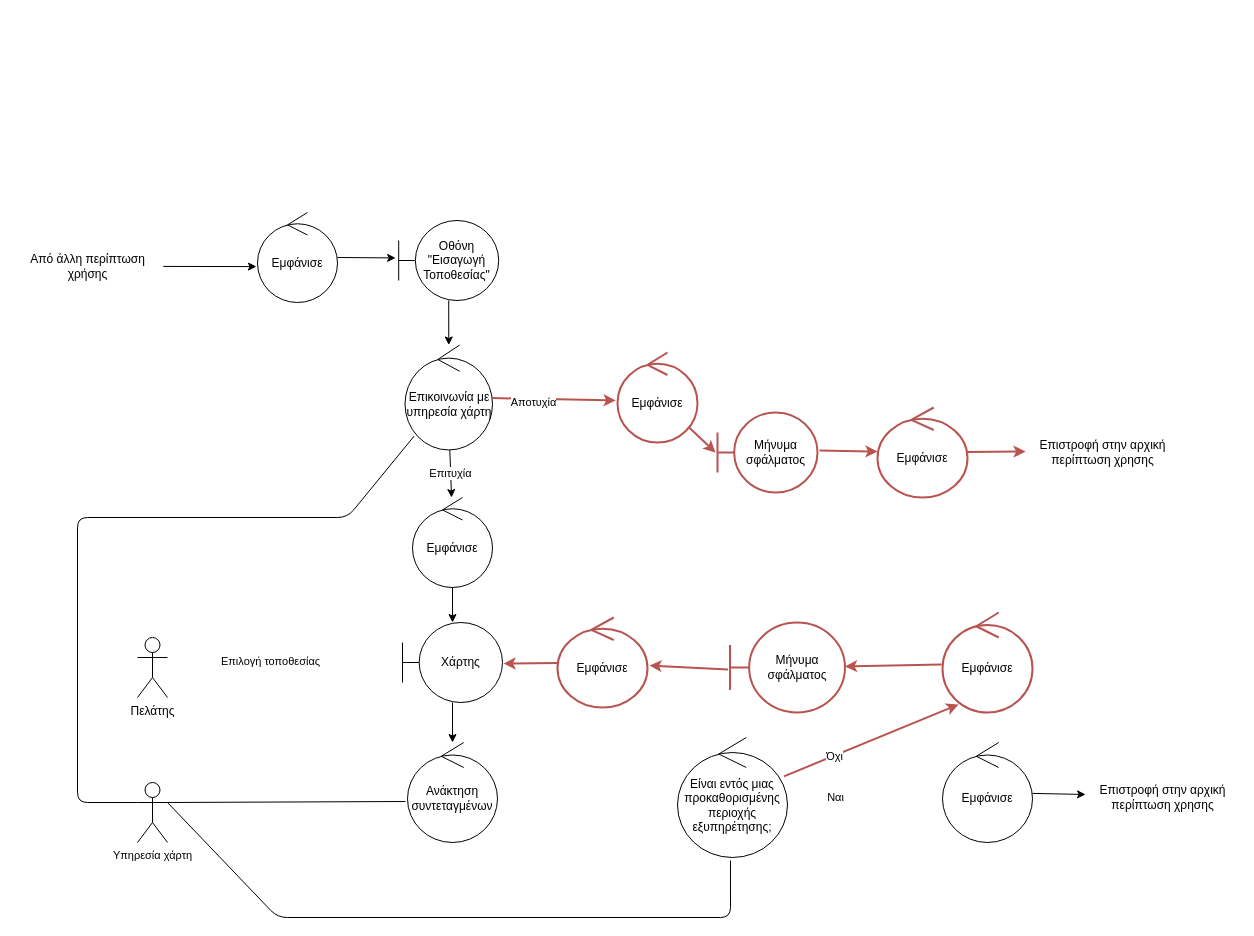
This is Part_2/Robustness/diagrams/12_Εισαγωγή_Τοποθεσίας.drawio from Nikolis2002/texnoligia_logismikou, a draw.io file, before an edit. Source tidied: cells renumbered, new cells numbered last; positions are measured from the earlier drawing's top-left corner, leaving out a move shared by most shapes. Both pictures are drawn from the tidied source at 100%, with x=0, y=0 at pixel (17, 212).
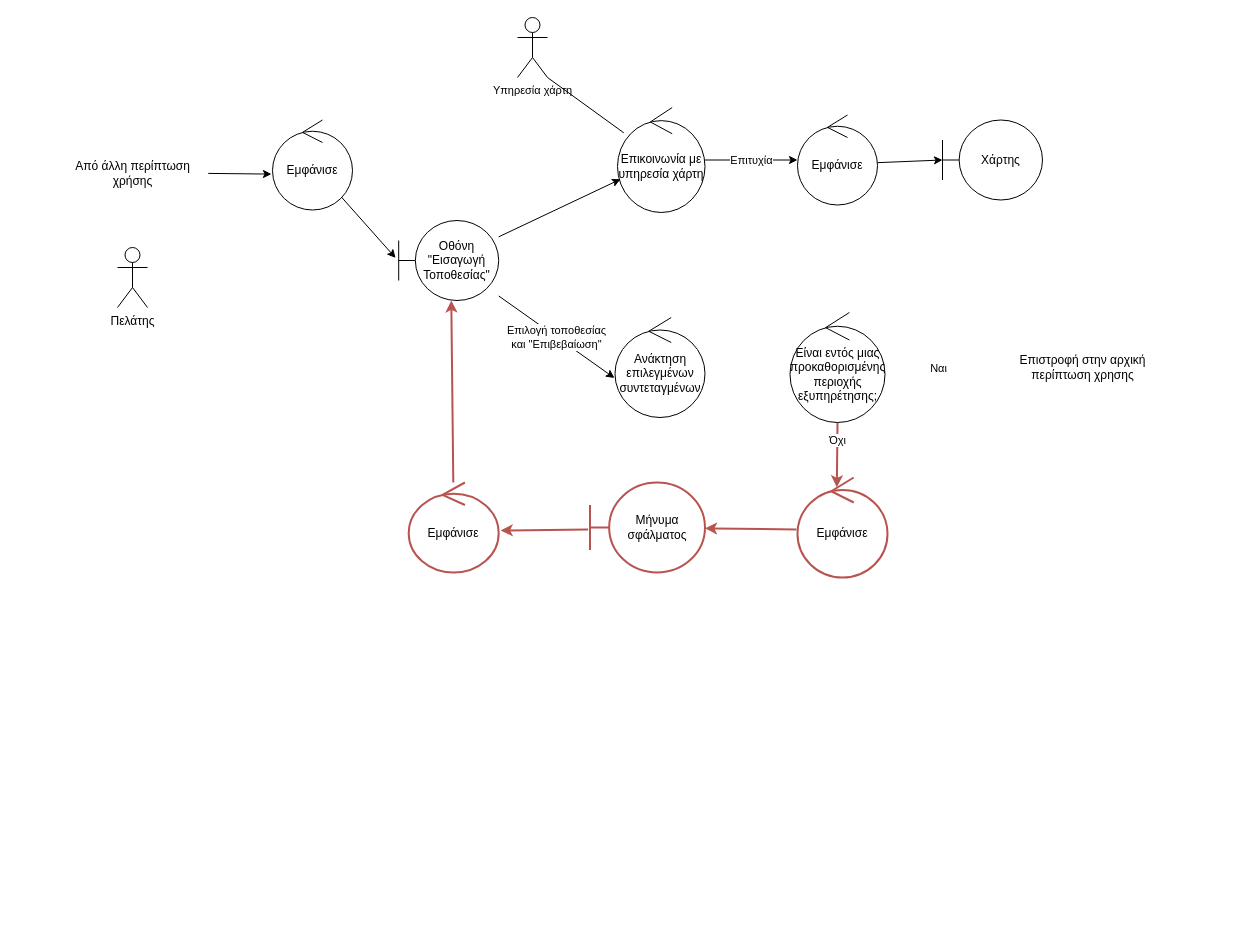
The same diagram, later.

The change refers to these unchanged cells:
```xml
<mxCell id="45" value="Οθόνη &quot;Εισαγωγή Τοποθεσίας&quot;" style="shape=umlBoundary;whiteSpace=wrap;html=1;" parent="1" vertex="1">
  <mxGeometry x="381.2" y="8" width="100" height="80" as="geometry" />
</mxCell>
```

Change to the diagram source:
```diff
@@
-    <mxCell id="2" style="edgeStyle=none;html=1;strokeColor=#FFFFFF;exitX=1;exitY=0.3333333333333333;exitDx=0;exitDy=0;exitPerimeter=0;entryX=0;entryY=0.475;entryDx=0;entryDy=0;entryPerimeter=0;" parent="1" edge="1" source="4" target="11">
+    <mxCell id="2" style="edgeStyle=none;html=1;strokeColor=#FFFFFF;exitX=1;exitY=0.3333333333333333;exitDx=0;exitDy=0;exitPerimeter=0;entryX=-0.035;entryY=0.562;entryDx=0;entryDy=0;entryPerimeter=0;" parent="1" edge="1" source="4" target="45">
       <mxGeometry relative="1" as="geometry" />
     </mxCell>
-    <mxCell id="3" value="Επιλογή τοποθεσίας" style="edgeLabel;html=1;align=center;verticalAlign=middle;" parent="2" vertex="1">
-      <mxGeometry x="-0.12" y="-2" relative="1" as="geometry" />
-    </mxCell>
     <mxCell id="4" value="Πελάτης" style="shape=umlActor;verticalLabelPosition=bottom;verticalAlign=top;html=1;" parent="1" vertex="1">
-      <mxGeometry x="120" y="425" width="30" height="60" as="geometry" />
+      <mxGeometry x="100" y="35" width="30" height="60" as="geometry" />
     </mxCell>
@@
-    <mxCell id="6" style="edgeStyle=none;html=1;entryX=-0.022;entryY=0.533;entryDx=0;entryDy=0;entryPerimeter=0;strokeColor=#B85450;strokeWidth=2;" parent="1" edge="1" source="9" target="20">
-      <mxGeometry relative="1" as="geometry" />
-    </mxCell>
-    <mxCell id="7" value="Αποτυχία" style="edgeLabel;html=1;align=center;verticalAlign=middle;" parent="6" vertex="1">
-      <mxGeometry x="-0.33" y="-3" relative="1" as="geometry" />
-    </mxCell>
@@
+    <mxCell id="46" style="edgeStyle=none;html=1;entryX=1;entryY=1;entryDx=0;entryDy=0;entryPerimeter=0;endArrow=none;endFill=0;" parent="1" edge="1" source="9" target="36">
+      <mxGeometry relative="1" as="geometry" />
+    </mxCell>
     <mxCell id="9" value="Επικοινωνία με υπηρεσία χάρτη" style="ellipse;shape=umlControl;whiteSpace=wrap;html=1;strokeWidth=1;" parent="1" vertex="1">
-      <mxGeometry x="387.5" y="132.5" width="87.5" height="105" as="geometry" />
+      <mxGeometry x="600" y="-105" width="87.5" height="105" as="geometry" />
     </mxCell>
-    <mxCell id="10" style="edgeStyle=none;html=1;" parent="1" edge="1" source="11" target="13">
-      <mxGeometry relative="1" as="geometry" />
-    </mxCell>
     <mxCell id="11" value="Χάρτης" style="shape=umlBoundary;whiteSpace=wrap;html=1;" parent="1" vertex="1">
-      <mxGeometry x="385" y="410" width="100" height="80" as="geometry" />
+      <mxGeometry x="925" y="-92.5" width="100" height="80" as="geometry" />
     </mxCell>
@@
-    <mxCell id="13" value="Ανάκτηση συντεταγμένων" style="ellipse;shape=umlControl;whiteSpace=wrap;html=1;" parent="1" vertex="1">
-      <mxGeometry x="390" y="530" width="90" height="100" as="geometry" />
+    <mxCell id="13" value="Ανάκτηση επιλεγμένων συντεταγμένων" style="ellipse;shape=umlControl;whiteSpace=wrap;html=1;" parent="1" vertex="1">
+      <mxGeometry x="597.5" y="105" width="90" height="100" as="geometry" />
     </mxCell>
-    <mxCell id="14" style="edgeStyle=none;html=1;strokeColor=#FFFFFF;entryX=-0.044;entryY=0.58;entryDx=0;entryDy=0;entryPerimeter=0;" parent="1" edge="1" source="18" target="39">
+    <mxCell id="14" style="edgeStyle=none;html=1;strokeColor=#FFFFFF;entryX=-0.027;entryY=0.5;entryDx=0;entryDy=0;entryPerimeter=0;" parent="1" edge="1" source="18" target="37">
       <mxGeometry relative="1" as="geometry" />
     </mxCell>
     <mxCell id="15" value="Ναι" style="edgeLabel;html=1;align=center;verticalAlign=middle;" parent="14" vertex="1">
-      <mxGeometry x="-0.38" y="2" relative="1" as="geometry" />
+      <mxGeometry x="-0.38" y="2" relative="1" as="geometry">
+        <mxPoint x="16" y="2" as="offset" />
+      </mxGeometry>
     </mxCell>
-    <mxCell id="16" style="edgeStyle=none;html=1;entryX=0.178;entryY=0.92;entryDx=0;entryDy=0;entryPerimeter=0;strokeColor=#B85450;strokeWidth=2;" parent="1" edge="1" source="18" target="28">
+    <mxCell id="16" style="edgeStyle=none;html=1;entryX=0.437;entryY=0.098;entryDx=0;entryDy=0;entryPerimeter=0;strokeColor=#B85450;strokeWidth=2;" parent="1" edge="1" source="18" target="28">
       <mxGeometry relative="1" as="geometry" />
     </mxCell>
@@
     <mxCell id="18" value="Είναι εντός μιας προκαθορισμένης περιοχής εξυπηρέτησης;" style="ellipse;shape=umlControl;whiteSpace=wrap;html=1;" parent="1" vertex="1">
-      <mxGeometry x="660" y="525" width="110" height="120" as="geometry" />
+      <mxGeometry x="772.5" y="100" width="95" height="110" as="geometry" />
     </mxCell>
-    <mxCell id="19" style="edgeStyle=none;html=1;entryX=-0.02;entryY=0.5;entryDx=0;entryDy=0;entryPerimeter=0;strokeColor=#B85450;strokeWidth=2;" parent="1" edge="1" source="20" target="22">
-      <mxGeometry relative="1" as="geometry" />
-    </mxCell>
-    <mxCell id="20" value="Εμφάνισε" style="ellipse;shape=umlControl;whiteSpace=wrap;html=1;strokeColor=#B85450;strokeWidth=2;" parent="1" vertex="1">
-      <mxGeometry x="600" y="140" width="80" height="90" as="geometry" />
-    </mxCell>
-    <mxCell id="21" style="edgeStyle=none;html=1;strokeColor=#B85450;strokeWidth=2;exitX=1.02;exitY=0.475;exitDx=0;exitDy=0;exitPerimeter=0;" parent="1" edge="1" source="22" target="24">
-      <mxGeometry relative="1" as="geometry" />
-    </mxCell>
-    <mxCell id="22" value="Μήνυμα σφάλματος" style="shape=umlBoundary;whiteSpace=wrap;html=1;strokeColor=#B85450;strokeWidth=2;" parent="1" vertex="1">
-      <mxGeometry x="700" y="200" width="100" height="80" as="geometry" />
-    </mxCell>
-    <mxCell id="23" style="edgeStyle=none;html=1;strokeColor=#B85450;strokeWidth=2;entryX=-0.013;entryY=0.475;entryDx=0;entryDy=0;entryPerimeter=0;" parent="1" edge="1" source="24" target="25">
-      <mxGeometry relative="1" as="geometry" />
-    </mxCell>
-    <mxCell id="24" value="Εμφάνισε" style="ellipse;shape=umlControl;whiteSpace=wrap;html=1;strokeWidth=2;strokeColor=#B85450;" parent="1" vertex="1">
-      <mxGeometry x="860" y="195" width="90" height="90" as="geometry" />
-    </mxCell>
-    <mxCell id="25" value="Επιστροφή στην αρχική&lt;br&gt;περίπτωση χρησης" style="text;html=1;align=center;verticalAlign=middle;points=[];strokeColor=none;fillColor=none;" parent="1" vertex="1">
-      <mxGeometry x="1010" y="220" width="150" height="40" as="geometry" />
-    </mxCell>
     <mxCell id="26" value="Από άλλη περίπτωση&lt;br&gt;χρήσης" style="text;html=1;align=center;verticalAlign=middle;points=[];strokeColor=none;fillColor=none;strokeWidth=2;" parent="1" vertex="1">
-      <mxGeometry y="34" width="140" height="40" as="geometry" />
+      <mxGeometry x="45" y="-59" width="140" height="40" as="geometry" />
     </mxCell>
@@
     <mxCell id="28" value="Εμφάνισε" style="ellipse;shape=umlControl;whiteSpace=wrap;html=1;strokeWidth=2;strokeColor=#B85450;" parent="1" vertex="1">
-      <mxGeometry x="925" y="400" width="90" height="100" as="geometry" />
+      <mxGeometry x="780" y="265" width="90" height="100" as="geometry" />
     </mxCell>
@@
     <mxCell id="30" value="Μήνυμα σφάλματος" style="shape=umlBoundary;whiteSpace=wrap;html=1;strokeWidth=2;strokeColor=#B85450;" parent="1" vertex="1">
-      <mxGeometry x="712.5" y="410" width="115" height="90" as="geometry" />
+      <mxGeometry x="572.5" y="270" width="115" height="90" as="geometry" />
     </mxCell>
-    <mxCell id="31" style="edgeStyle=none;html=1;entryX=1.01;entryY=0.513;entryDx=0;entryDy=0;entryPerimeter=0;strokeColor=#B85450;strokeWidth=2;" parent="1" edge="1" source="32" target="11">
-      <mxGeometry relative="1" as="geometry" />
-    </mxCell>
+    <mxCell id="47" style="edgeStyle=none;html=1;entryX=0.526;entryY=0.999;entryDx=0;entryDy=0;entryPerimeter=0;endArrow=classic;endFill=1;strokeColor=#B85450;strokeWidth=2;" parent="1" edge="1" source="32" target="45">
+      <mxGeometry relative="1" as="geometry" />
+    </mxCell>
     <mxCell id="32" value="Εμφάνισε" style="ellipse;shape=umlControl;whiteSpace=wrap;html=1;strokeWidth=2;strokeColor=#B85450;" parent="1" vertex="1">
-      <mxGeometry x="540" y="405" width="90" height="90" as="geometry" />
+      <mxGeometry x="391.2" y="270" width="90" height="90" as="geometry" />
     </mxCell>
-    <mxCell id="33" style="edgeStyle=none;html=1;entryX=0.105;entryY=0.867;entryDx=0;entryDy=0;entryPerimeter=0;strokeWidth=1;exitX=0;exitY=0.3333333333333333;exitDx=0;exitDy=0;exitPerimeter=0;endArrow=none;endFill=0;" parent="1" edge="1" source="36" target="9">
-      <mxGeometry relative="1" as="geometry">
-        <Array as="points">
-          <mxPoint x="60" y="590" />
-          <mxPoint x="60" y="305" />
-          <mxPoint x="330" y="305" />
-        </Array>
-      </mxGeometry>
-    </mxCell>
-    <mxCell id="34" style="edgeStyle=none;html=1;entryX=-0.022;entryY=0.59;entryDx=0;entryDy=0;entryPerimeter=0;strokeWidth=1;exitX=1;exitY=0.3333333333333333;exitDx=0;exitDy=0;exitPerimeter=0;endArrow=none;endFill=0;" parent="1" edge="1" source="36" target="13">
-      <mxGeometry relative="1" as="geometry" />
-    </mxCell>
-    <mxCell id="35" style="edgeStyle=none;html=1;entryX=0.482;entryY=1.025;entryDx=0;entryDy=0;entryPerimeter=0;strokeWidth=1;exitX=1;exitY=0.3333333333333333;exitDx=0;exitDy=0;exitPerimeter=0;endArrow=none;endFill=0;" parent="1" edge="1" source="36" target="18">
-      <mxGeometry relative="1" as="geometry">
-        <Array as="points">
-          <mxPoint x="260" y="705" />
-          <mxPoint x="713" y="705" />
-        </Array>
-      </mxGeometry>
-    </mxCell>
     <mxCell id="36" value="Υπηρεσία χάρτη" style="shape=umlActor;verticalLabelPosition=bottom;verticalAlign=top;html=1;fontSize=11;" parent="1" vertex="1">
-      <mxGeometry x="120" y="570" width="30" height="60" as="geometry" />
+      <mxGeometry x="500" y="-195" width="30" height="60" as="geometry" />
     </mxCell>
     <mxCell id="37" value="Επιστροφή στην αρχική&lt;br&gt;περίπτωση χρησης" style="text;html=1;align=center;verticalAlign=middle;points=[];strokeColor=none;fillColor=none;" parent="1" vertex="1">
-      <mxGeometry x="1070" y="565" width="150" height="40" as="geometry" />
+      <mxGeometry x="990" y="135" width="150" height="40" as="geometry" />
     </mxCell>
-    <mxCell id="38" style="edgeStyle=none;html=1;entryX=-0.013;entryY=0.425;entryDx=0;entryDy=0;entryPerimeter=0;strokeWidth=1;" parent="1" edge="1" source="39" target="37">
-      <mxGeometry relative="1" as="geometry" />
-    </mxCell>
-    <mxCell id="39" value="Εμφάνισε" style="ellipse;shape=umlControl;whiteSpace=wrap;html=1;" parent="1" vertex="1">
-      <mxGeometry x="925" y="530" width="90" height="100" as="geometry" />
-    </mxCell>
@@
     <mxCell id="41" value="Εμφάνισε" style="ellipse;shape=umlControl;whiteSpace=wrap;html=1;" parent="1" vertex="1">
-      <mxGeometry x="395" y="285" width="80" height="90" as="geometry" />
+      <mxGeometry x="780" y="-97.5" width="80" height="90" as="geometry" />
     </mxCell>
@@
     <mxCell id="43" value="Εμφάνισε" style="ellipse;shape=umlControl;whiteSpace=wrap;html=1;" parent="1" vertex="1">
-      <mxGeometry x="240" width="80" height="90" as="geometry" />
+      <mxGeometry x="255" y="-92.5" width="80" height="90" as="geometry" />
     </mxCell>
@@
+    <mxCell id="48" value="Επιλογή τοποθεσίας&lt;br&gt;και &quot;Επιβεβαίωση&quot;" style="edgeStyle=none;html=1;entryX=-0.006;entryY=0.605;entryDx=0;entryDy=0;entryPerimeter=0;" parent="1" edge="1" source="45" target="13">
+      <mxGeometry relative="1" as="geometry" />
+    </mxCell>
```
